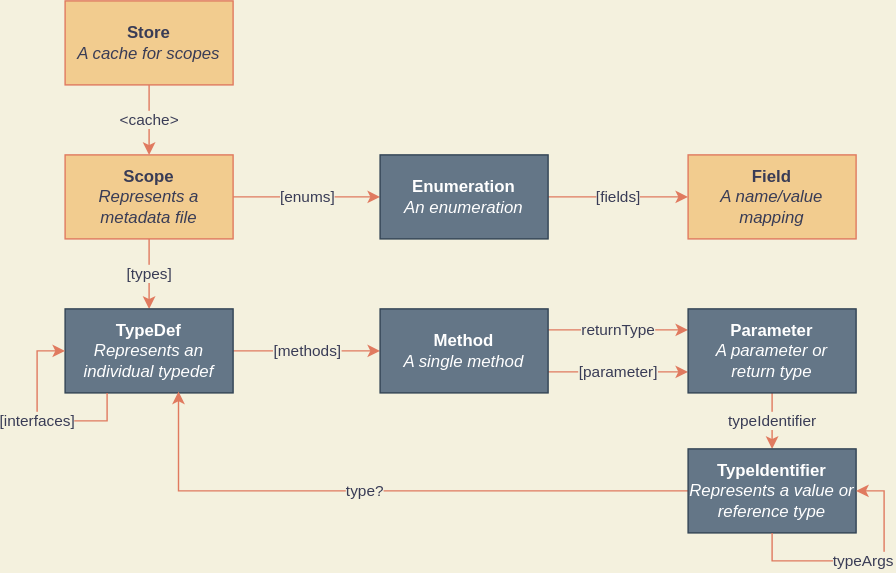
Earlier version of the draw.io export metadata.drawio.svg (halildurmus/win32). Source tidied: cells renumbered, new cells last; positions are measured from the earlier drawing's top-left corner, leaving out a move shared by most shapes. The source it was exported from:
```xml
<mxGraphModel background="#F4F1DE">
  <root>
    <mxCell id="0" />
    <mxCell id="1" parent="0" />
    <mxCell id="2" value="&amp;lt;cache&amp;gt;" style="edgeStyle=orthogonalEdgeStyle;rounded=0;jettySize=auto;html=1;strokeColor=#E07A5F;fontColor=#393C56;labelBackgroundColor=#F4F1DE;" parent="1" edge="1" source="3" target="6">
      <mxGeometry relative="1" as="geometry" />
    </mxCell>
    <mxCell id="3" value="&lt;b&gt;Store&lt;/b&gt;&lt;br&gt;&lt;i&gt;A cache for scopes&lt;/i&gt;" style="whiteSpace=wrap;html=1;fillColor=#F2CC8F;strokeColor=#E07A5F;fontColor=#393C56;" parent="1" vertex="1">
      <mxGeometry x="20" width="120" height="60" as="geometry" />
    </mxCell>
    <mxCell id="4" value="[types]" style="edgeStyle=orthogonalEdgeStyle;rounded=0;jettySize=auto;html=1;strokeColor=#E07A5F;fontColor=#393C56;labelBackgroundColor=#F4F1DE;" parent="1" edge="1" source="6" target="8">
      <mxGeometry relative="1" as="geometry" />
    </mxCell>
    <mxCell id="5" value="[enums]" style="edgeStyle=orthogonalEdgeStyle;rounded=0;jettySize=auto;html=1;exitX=1;exitY=0.5;exitDx=0;exitDy=0;entryX=0;entryY=0.5;entryDx=0;entryDy=0;strokeColor=#E07A5F;fontColor=#393C56;labelBackgroundColor=#F4F1DE;" parent="1" edge="1" source="6" target="18">
      <mxGeometry relative="1" as="geometry" />
    </mxCell>
    <mxCell id="6" value="&lt;b&gt;Scope&lt;/b&gt;&lt;br&gt;&lt;i&gt;Represents a metadata file&lt;/i&gt;" style="whiteSpace=wrap;html=1;fillColor=#F2CC8F;strokeColor=#E07A5F;fontColor=#393C56;" parent="1" vertex="1">
      <mxGeometry x="20" y="110" width="120" height="60" as="geometry" />
    </mxCell>
    <mxCell id="7" value="[methods]" style="edgeStyle=orthogonalEdgeStyle;rounded=0;jettySize=auto;html=1;strokeColor=#E07A5F;fontColor=#393C56;labelBackgroundColor=#F4F1DE;" parent="1" edge="1" source="8" target="11">
      <mxGeometry relative="1" as="geometry" />
    </mxCell>
    <mxCell id="8" value="&lt;b&gt;TypeDef&lt;/b&gt;&lt;br&gt;&lt;i&gt;Represents an individual typedef&lt;/i&gt;" style="whiteSpace=wrap;html=1;fillColor=#647687;strokeColor=#314354;fontColor=#ffffff;" parent="1" vertex="1">
      <mxGeometry x="20" y="220" width="120" height="60" as="geometry" />
    </mxCell>
    <mxCell id="9" value="[parameter]" style="edgeStyle=orthogonalEdgeStyle;rounded=0;jettySize=auto;html=1;exitX=1;exitY=0.75;exitDx=0;exitDy=0;entryX=0;entryY=0.75;entryDx=0;entryDy=0;strokeColor=#E07A5F;fontColor=#393C56;labelBackgroundColor=#F4F1DE;" parent="1" edge="1" source="11" target="13">
      <mxGeometry relative="1" as="geometry" />
    </mxCell>
    <mxCell id="10" value="returnType" style="edgeStyle=orthogonalEdgeStyle;rounded=0;jettySize=auto;html=1;exitX=1;exitY=0.25;exitDx=0;exitDy=0;entryX=0;entryY=0.25;entryDx=0;entryDy=0;strokeColor=#E07A5F;fontColor=#393C56;labelBackgroundColor=#F4F1DE;" parent="1" edge="1" source="11" target="13">
      <mxGeometry relative="1" as="geometry" />
    </mxCell>
    <mxCell id="11" value="&lt;b&gt;Method&lt;/b&gt;&lt;br&gt;&lt;i&gt;A single method&lt;/i&gt;" style="whiteSpace=wrap;html=1;fillColor=#647687;strokeColor=#314354;fontColor=#ffffff;" parent="1" vertex="1">
      <mxGeometry x="245" y="220" width="120" height="60" as="geometry" />
    </mxCell>
    <mxCell id="12" value="typeIdentifier" style="edgeStyle=orthogonalEdgeStyle;rounded=0;jettySize=auto;html=1;strokeColor=#E07A5F;fontColor=#393C56;labelBackgroundColor=#F4F1DE;" parent="1" edge="1" source="13" target="15">
      <mxGeometry relative="1" as="geometry" />
    </mxCell>
    <mxCell id="13" value="&lt;b&gt;Parameter&lt;/b&gt;&lt;br&gt;&lt;i&gt;A parameter or &lt;br&gt;return type&lt;/i&gt;" style="whiteSpace=wrap;html=1;fillColor=#647687;strokeColor=#314354;fontColor=#ffffff;" parent="1" vertex="1">
      <mxGeometry x="465" y="220" width="120" height="60" as="geometry" />
    </mxCell>
    <mxCell id="14" value="type?" style="edgeStyle=orthogonalEdgeStyle;rounded=0;jettySize=auto;html=1;exitX=0;exitY=0.5;exitDx=0;exitDy=0;entryX=0.675;entryY=0.983;entryDx=0;entryDy=0;entryPerimeter=0;strokeColor=#E07A5F;fontColor=#393C56;labelBackgroundColor=#F4F1DE;" parent="1" edge="1" source="15" target="8">
      <mxGeometry x="0.06" relative="1" as="geometry" />
    </mxCell>
    <mxCell id="15" value="&lt;b&gt;TypeIdentifier&lt;br&gt;&lt;/b&gt;&lt;i&gt;Represents a value or reference type&lt;/i&gt;" style="whiteSpace=wrap;html=1;fillColor=#647687;strokeColor=#314354;fontColor=#ffffff;" parent="1" vertex="1">
      <mxGeometry x="465" y="320" width="120" height="60" as="geometry" />
    </mxCell>
    <mxCell id="16" value="typeArgs" style="edgeStyle=orthogonalEdgeStyle;rounded=0;orthogonalLoop=1;jettySize=auto;html=1;exitX=0.5;exitY=1;exitDx=0;exitDy=0;entryX=1;entryY=0.5;entryDx=0;entryDy=0;strokeColor=#E07A5F;fontColor=#393C56;labelBackgroundColor=#F4F1DE;" parent="1" edge="1" source="15" target="15">
      <mxGeometry relative="1" as="geometry" />
    </mxCell>
    <mxCell id="17" value="[fields]" style="edgeStyle=orthogonalEdgeStyle;rounded=0;jettySize=auto;html=1;exitX=1;exitY=0.5;exitDx=0;exitDy=0;entryX=0;entryY=0.5;entryDx=0;entryDy=0;strokeColor=#E07A5F;fontColor=#393C56;labelBackgroundColor=#F4F1DE;" parent="1" edge="1" source="18" target="19">
      <mxGeometry relative="1" as="geometry" />
    </mxCell>
    <mxCell id="18" value="&lt;b&gt;Enumeration&lt;br&gt;&lt;/b&gt;&lt;i&gt;An enumeration&lt;/i&gt;" style="whiteSpace=wrap;html=1;fillColor=#647687;strokeColor=#314354;fontColor=#ffffff;" parent="1" vertex="1">
      <mxGeometry x="245" y="110" width="120" height="60" as="geometry" />
    </mxCell>
    <mxCell id="19" value="&lt;b&gt;Field&lt;/b&gt;&lt;br&gt;&lt;i&gt;A name/value mapping&lt;/i&gt;" style="whiteSpace=wrap;html=1;fillColor=#F2CC8F;strokeColor=#E07A5F;fontColor=#393C56;" parent="1" vertex="1">
      <mxGeometry x="465" y="110" width="120" height="60" as="geometry" />
    </mxCell>
    <mxCell id="20" value="[interfaces]" style="edgeStyle=orthogonalEdgeStyle;rounded=0;orthogonalLoop=1;jettySize=auto;html=1;exitX=0.25;exitY=1;exitDx=0;exitDy=0;entryX=0;entryY=0.5;entryDx=0;entryDy=0;strokeColor=#E07A5F;fontColor=#393C56;labelBackgroundColor=#F4F1DE;" parent="1" edge="1" source="8" target="8">
      <mxGeometry relative="1" as="geometry">
        <Array as="points">
          <mxPoint x="50" y="300" />
          <mxPoint y="300" />
          <mxPoint y="250" />
        </Array>
      </mxGeometry>
    </mxCell>
  </root>
</mxGraphModel>
```
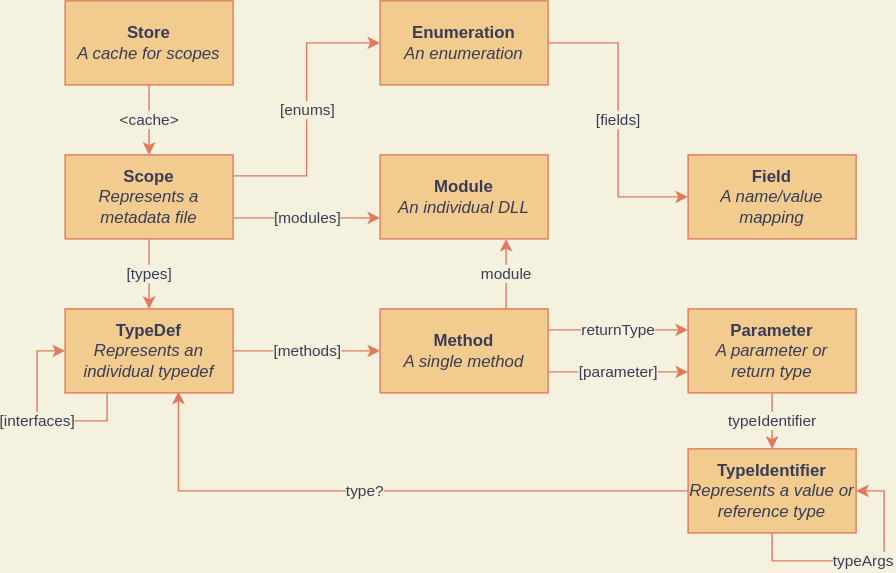
Above is the later version.

The edit, as a diff of the source:
```diff
@@ -11,16 +11,19 @@
     <mxCell id="4" value="[types]" style="edgeStyle=orthogonalEdgeStyle;rounded=0;jettySize=auto;html=1;strokeColor=#E07A5F;fontColor=#393C56;labelBackgroundColor=#F4F1DE;" parent="1" edge="1" source="6" target="8">
       <mxGeometry relative="1" as="geometry" />
     </mxCell>
-    <mxCell id="5" value="[enums]" style="edgeStyle=orthogonalEdgeStyle;rounded=0;jettySize=auto;html=1;exitX=1;exitY=0.5;exitDx=0;exitDy=0;entryX=0;entryY=0.5;entryDx=0;entryDy=0;strokeColor=#E07A5F;fontColor=#393C56;labelBackgroundColor=#F4F1DE;" parent="1" edge="1" source="6" target="18">
+    <mxCell id="5" value="[enums]" style="edgeStyle=orthogonalEdgeStyle;rounded=0;jettySize=auto;html=1;exitX=1;exitY=0.25;exitDx=0;exitDy=0;entryX=0;entryY=0.5;entryDx=0;entryDy=0;strokeColor=#E07A5F;fontColor=#393C56;labelBackgroundColor=#F4F1DE;" parent="1" edge="1" source="6" target="18">
       <mxGeometry relative="1" as="geometry" />
     </mxCell>
+    <mxCell id="21" value="[modules]" style="edgeStyle=orthogonalEdgeStyle;rounded=0;jettySize=auto;html=1;exitX=1;exitY=0.75;exitDx=0;exitDy=0;entryX=0;entryY=0.75;entryDx=0;entryDy=0;fillColor=#F2CC8F;strokeColor=#E07A5F;fontColor=#393C56;labelBackgroundColor=#F4F1DE;" parent="1" edge="1" source="6" target="23">
+      <mxGeometry relative="1" as="geometry" />
+    </mxCell>
     <mxCell id="6" value="&lt;b&gt;Scope&lt;/b&gt;&lt;br&gt;&lt;i&gt;Represents a metadata file&lt;/i&gt;" style="whiteSpace=wrap;html=1;fillColor=#F2CC8F;strokeColor=#E07A5F;fontColor=#393C56;" parent="1" vertex="1">
       <mxGeometry x="20" y="110" width="120" height="60" as="geometry" />
     </mxCell>
     <mxCell id="7" value="[methods]" style="edgeStyle=orthogonalEdgeStyle;rounded=0;jettySize=auto;html=1;strokeColor=#E07A5F;fontColor=#393C56;labelBackgroundColor=#F4F1DE;" parent="1" edge="1" source="8" target="11">
       <mxGeometry relative="1" as="geometry" />
     </mxCell>
-    <mxCell id="8" value="&lt;b&gt;TypeDef&lt;/b&gt;&lt;br&gt;&lt;i&gt;Represents an individual typedef&lt;/i&gt;" style="whiteSpace=wrap;html=1;fillColor=#647687;strokeColor=#314354;fontColor=#ffffff;" parent="1" vertex="1">
+    <mxCell id="8" value="&lt;b&gt;TypeDef&lt;/b&gt;&lt;br&gt;&lt;i&gt;Represents an individual typedef&lt;/i&gt;" style="whiteSpace=wrap;html=1;fillColor=#F2CC8F;strokeColor=#E07A5F;fontColor=#393C56;" parent="1" vertex="1">
       <mxGeometry x="20" y="220" width="120" height="60" as="geometry" />
     </mxCell>
     <mxCell id="9" value="[parameter]" style="edgeStyle=orthogonalEdgeStyle;rounded=0;jettySize=auto;html=1;exitX=1;exitY=0.75;exitDx=0;exitDy=0;entryX=0;entryY=0.75;entryDx=0;entryDy=0;strokeColor=#E07A5F;fontColor=#393C56;labelBackgroundColor=#F4F1DE;" parent="1" edge="1" source="11" target="13">
@@ -29,19 +32,22 @@
     <mxCell id="10" value="returnType" style="edgeStyle=orthogonalEdgeStyle;rounded=0;jettySize=auto;html=1;exitX=1;exitY=0.25;exitDx=0;exitDy=0;entryX=0;entryY=0.25;entryDx=0;entryDy=0;strokeColor=#E07A5F;fontColor=#393C56;labelBackgroundColor=#F4F1DE;" parent="1" edge="1" source="11" target="13">
       <mxGeometry relative="1" as="geometry" />
     </mxCell>
+    <mxCell id="22" value="module" style="edgeStyle=orthogonalEdgeStyle;curved=0;rounded=1;sketch=0;jettySize=auto;html=1;exitX=0.75;exitY=0;exitDx=0;exitDy=0;entryX=0.75;entryY=1;entryDx=0;entryDy=0;strokeColor=#E07A5F;fillColor=#F2CC8F;fontColor=#393C56;labelBackgroundColor=#F4F1DE;" parent="1" edge="1" source="11" target="23">
+      <mxGeometry relative="1" as="geometry" />
+    </mxCell>
-    <mxCell id="11" value="&lt;b&gt;Method&lt;/b&gt;&lt;br&gt;&lt;i&gt;A single method&lt;/i&gt;" style="whiteSpace=wrap;html=1;fillColor=#647687;strokeColor=#314354;fontColor=#ffffff;" parent="1" vertex="1">
+    <mxCell id="11" value="&lt;b&gt;Method&lt;/b&gt;&lt;br&gt;&lt;i&gt;A single method&lt;/i&gt;" style="whiteSpace=wrap;html=1;fillColor=#F2CC8F;strokeColor=#E07A5F;fontColor=#393C56;" parent="1" vertex="1">
       <mxGeometry x="245" y="220" width="120" height="60" as="geometry" />
     </mxCell>
     <mxCell id="12" value="typeIdentifier" style="edgeStyle=orthogonalEdgeStyle;rounded=0;jettySize=auto;html=1;strokeColor=#E07A5F;fontColor=#393C56;labelBackgroundColor=#F4F1DE;" parent="1" edge="1" source="13" target="15">
       <mxGeometry relative="1" as="geometry" />
     </mxCell>
-    <mxCell id="13" value="&lt;b&gt;Parameter&lt;/b&gt;&lt;br&gt;&lt;i&gt;A parameter or &lt;br&gt;return type&lt;/i&gt;" style="whiteSpace=wrap;html=1;fillColor=#647687;strokeColor=#314354;fontColor=#ffffff;" parent="1" vertex="1">
+    <mxCell id="13" value="&lt;b&gt;Parameter&lt;/b&gt;&lt;br&gt;&lt;i&gt;A parameter or &lt;br&gt;return type&lt;/i&gt;" style="whiteSpace=wrap;html=1;fillColor=#F2CC8F;strokeColor=#E07A5F;fontColor=#393C56;" parent="1" vertex="1">
       <mxGeometry x="465" y="220" width="120" height="60" as="geometry" />
     </mxCell>
     <mxCell id="14" value="type?" style="edgeStyle=orthogonalEdgeStyle;rounded=0;jettySize=auto;html=1;exitX=0;exitY=0.5;exitDx=0;exitDy=0;entryX=0.675;entryY=0.983;entryDx=0;entryDy=0;entryPerimeter=0;strokeColor=#E07A5F;fontColor=#393C56;labelBackgroundColor=#F4F1DE;" parent="1" edge="1" source="15" target="8">
       <mxGeometry x="0.06" relative="1" as="geometry" />
     </mxCell>
-    <mxCell id="15" value="&lt;b&gt;TypeIdentifier&lt;br&gt;&lt;/b&gt;&lt;i&gt;Represents a value or reference type&lt;/i&gt;" style="whiteSpace=wrap;html=1;fillColor=#647687;strokeColor=#314354;fontColor=#ffffff;" parent="1" vertex="1">
+    <mxCell id="15" value="&lt;b&gt;TypeIdentifier&lt;br&gt;&lt;/b&gt;&lt;i&gt;Represents a value or reference type&lt;/i&gt;" style="whiteSpace=wrap;html=1;fillColor=#F2CC8F;strokeColor=#E07A5F;fontColor=#393C56;" parent="1" vertex="1">
       <mxGeometry x="465" y="320" width="120" height="60" as="geometry" />
     </mxCell>
     <mxCell id="16" value="typeArgs" style="edgeStyle=orthogonalEdgeStyle;rounded=0;orthogonalLoop=1;jettySize=auto;html=1;exitX=0.5;exitY=1;exitDx=0;exitDy=0;entryX=1;entryY=0.5;entryDx=0;entryDy=0;strokeColor=#E07A5F;fontColor=#393C56;labelBackgroundColor=#F4F1DE;" parent="1" edge="1" source="15" target="15">
@@ -50,8 +56,8 @@
     <mxCell id="17" value="[fields]" style="edgeStyle=orthogonalEdgeStyle;rounded=0;jettySize=auto;html=1;exitX=1;exitY=0.5;exitDx=0;exitDy=0;entryX=0;entryY=0.5;entryDx=0;entryDy=0;strokeColor=#E07A5F;fontColor=#393C56;labelBackgroundColor=#F4F1DE;" parent="1" edge="1" source="18" target="19">
       <mxGeometry relative="1" as="geometry" />
     </mxCell>
-    <mxCell id="18" value="&lt;b&gt;Enumeration&lt;br&gt;&lt;/b&gt;&lt;i&gt;An enumeration&lt;/i&gt;" style="whiteSpace=wrap;html=1;fillColor=#647687;strokeColor=#314354;fontColor=#ffffff;" parent="1" vertex="1">
-      <mxGeometry x="245" y="110" width="120" height="60" as="geometry" />
+    <mxCell id="18" value="&lt;b&gt;Enumeration&lt;br&gt;&lt;/b&gt;&lt;i&gt;An enumeration&lt;/i&gt;" style="whiteSpace=wrap;html=1;fillColor=#F2CC8F;strokeColor=#E07A5F;fontColor=#393C56;" parent="1" vertex="1">
+      <mxGeometry x="245" width="120" height="60" as="geometry" />
     </mxCell>
     <mxCell id="19" value="&lt;b&gt;Field&lt;/b&gt;&lt;br&gt;&lt;i&gt;A name/value mapping&lt;/i&gt;" style="whiteSpace=wrap;html=1;fillColor=#F2CC8F;strokeColor=#E07A5F;fontColor=#393C56;" parent="1" vertex="1">
       <mxGeometry x="465" y="110" width="120" height="60" as="geometry" />
@@ -65,5 +71,8 @@
         </Array>
       </mxGeometry>
     </mxCell>
+    <mxCell id="23" value="&lt;b&gt;Module&lt;br&gt;&lt;/b&gt;&lt;i&gt;An individual DLL&lt;/i&gt;" style="whiteSpace=wrap;html=1;fillColor=#F2CC8F;strokeColor=#E07A5F;fontColor=#393C56;" parent="1" vertex="1">
+      <mxGeometry x="245" y="110" width="120" height="60" as="geometry" />
+    </mxCell>
   </root>
 </mxGraphModel>
```
